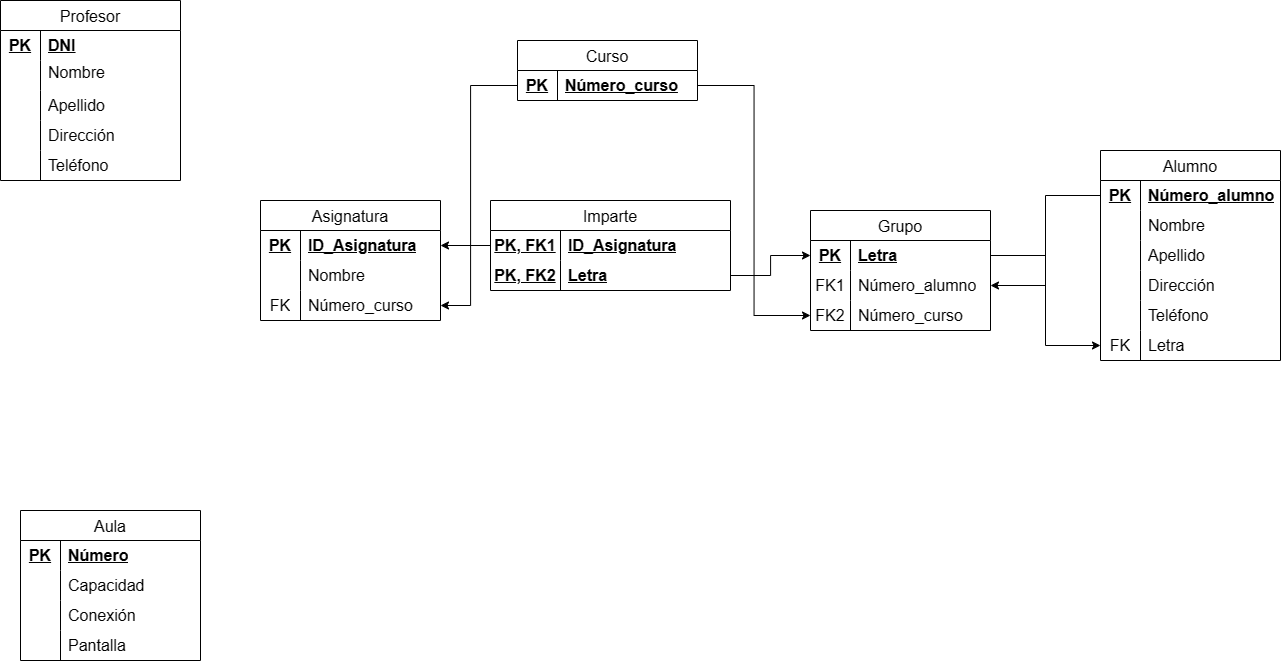
Before: modelo-relacional/modelo_relacional_evaluable2.drawio.png, a diagram exported from draw.io (JesusLugo2002/BAE). Source tidied: cells renumbered, new cells last; positions are measured from the earlier drawing's top-left corner, leaving out a move shared by most shapes.
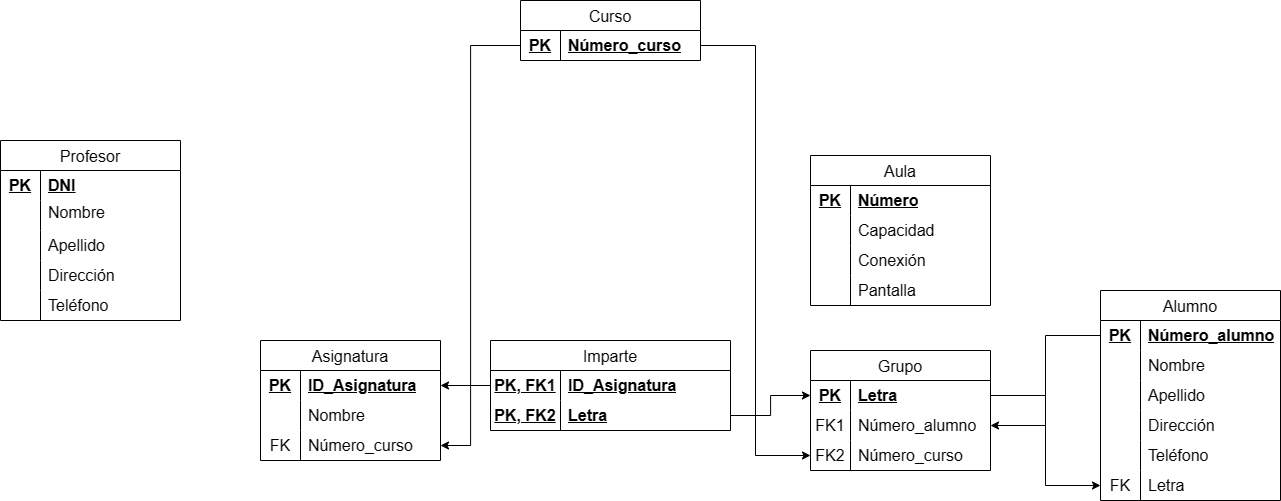
After the change.

Diff of the diagram source:
```diff
@@ -3,7 +3,7 @@
     <mxCell id="0" />
     <mxCell id="1" parent="0" />
     <mxCell id="2" value="Curso" style="shape=table;startSize=30;rowLines=0;fontStyle=0;strokeColor=default;fontSize=16;" parent="1" vertex="1">
-      <mxGeometry x="517" y="40" width="180" height="60" as="geometry" />
+      <mxGeometry x="520" y="-140" width="180" height="60" as="geometry" />
     </mxCell>
     <mxCell id="3" style="shape=tableRow;horizontal=0;startSize=0;swimlaneHead=0;swimlaneBody=0;top=0;left=0;bottom=0;right=0;fillColor=none;points=[[0,0.5],[1,0.5]];portConstraint=eastwest;strokeColor=inherit;fontSize=16;" parent="2" vertex="1">
       <mxGeometry y="30" width="180" height="30" as="geometry" />
@@ -180,7 +180,7 @@
       <mxGeometry x="40" width="140" height="30" as="geometry" />
     </mxCell>
     <mxCell id="61" value="Aula" style="shape=table;startSize=30;rowLines=0;fontStyle=0;strokeColor=default;fontSize=16;" parent="1" vertex="1">
-      <mxGeometry x="20" y="510" width="180" height="150" as="geometry" />
+      <mxGeometry x="810" y="15" width="180" height="150" as="geometry" />
     </mxCell>
     <mxCell id="62" style="shape=tableRow;horizontal=0;startSize=0;swimlaneHead=0;swimlaneBody=0;top=0;left=0;bottom=0;right=0;fillColor=none;strokeColor=inherit;fontSize=16;" parent="61" vertex="1">
       <mxGeometry y="30" width="180" height="30" as="geometry" />
@@ -254,10 +254,10 @@
     <mxCell id="85" style="edgeStyle=orthogonalEdgeStyle;rounded=0;jettySize=auto;html=1;entryX=0;entryY=0.5;entryDx=0;entryDy=0;" parent="1" edge="1" source="82" target="33">
       <mxGeometry relative="1" as="geometry" />
     </mxCell>
-    <mxCell id="86" style="edgeStyle=orthogonalEdgeStyle;rounded=0;jettySize=auto;html=1;entryX=1;entryY=0.5;entryDx=0;entryDy=0;" parent="1" edge="1" source="3" target="13">
+    <mxCell id="86" style="edgeStyle=orthogonalEdgeStyle;rounded=0;jettySize=auto;html=1;entryX=1;entryY=0.5;entryDx=0;entryDy=0;exitX=0;exitY=0.5;exitDx=0;exitDy=0;" parent="1" edge="1" source="3" target="13">
       <mxGeometry relative="1" as="geometry">
         <Array as="points">
-          <mxPoint x="470" y="85" />
+          <mxPoint x="470" y="-95" />
           <mxPoint x="470" y="305" />
         </Array>
       </mxGeometry>
```
